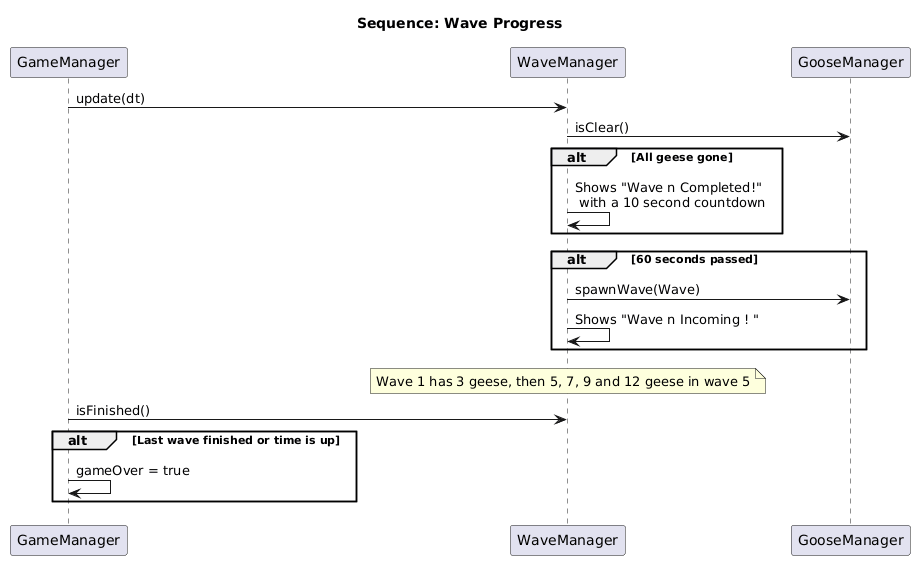
Above: images/architecture/sequence_6.png in map-jhak/map-jhak.github.io (PlantUML), before the change. The source it was exported from:
```plantuml
@startuml
title Sequence: Wave Progress

participant GameManager
participant WaveManager
participant GooseManager

GameManager -> WaveManager :update(dt)
WaveManager ->GooseManager : isClear()
alt All geese gone
    WaveManager  -> WaveManager : Shows "Wave n Completed!" \n with a 10 second countdown
end
alt 60 seconds passed
    WaveManager -> GooseManager : spawnWave(Wave)
    WaveManager -> WaveManager : Shows "Wave n Incoming ! "
end
note over WaveManager : Wave 1 has 3 geese, then 5, 7, 9 and 12 geese in wave 5
GameManager -> WaveManager : isFinished()
alt Last wave finished or time is up
    GameManager -> GameManager : gameOver = true
end
@enduml
```
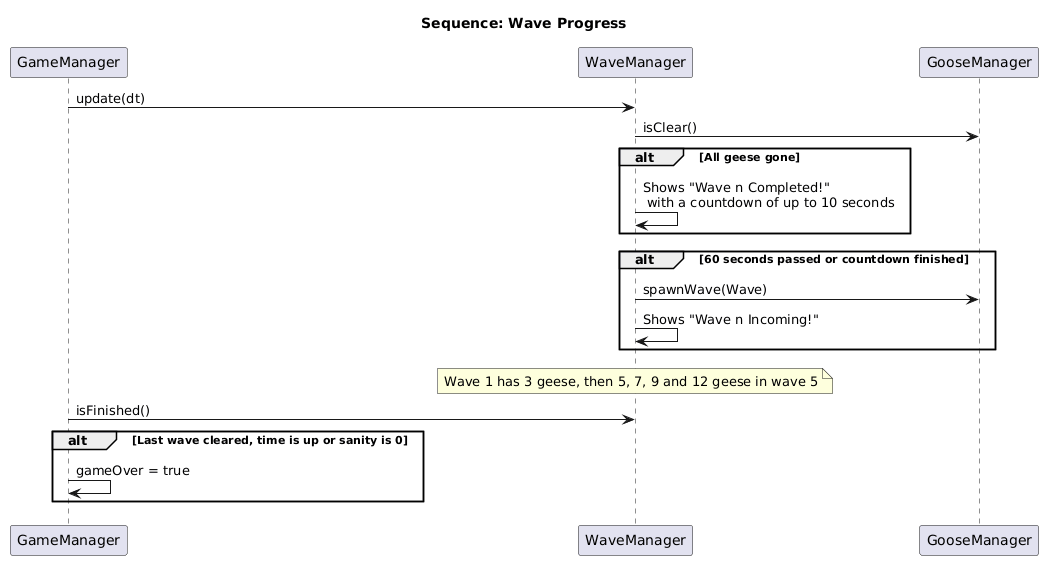
After the commit.

Commit message:
update wave progress sequence diagram

Diff of the diagram source:
```diff
@@ -8,15 +8,15 @@
 GameManager -> WaveManager :update(dt)
 WaveManager ->GooseManager : isClear()
 alt All geese gone
-    WaveManager  -> WaveManager : Shows "Wave n Completed!" \n with a 10 second countdown
+    WaveManager  -> WaveManager : Shows "Wave n Completed!" \n with a countdown of up to 10 seconds
 end
-alt 60 seconds passed
+alt 60 seconds passed or countdown finished
     WaveManager -> GooseManager : spawnWave(Wave)
-    WaveManager -> WaveManager : Shows "Wave n Incoming ! "
+    WaveManager -> WaveManager : Shows "Wave n Incoming!"
 end
 note over WaveManager : Wave 1 has 3 geese, then 5, 7, 9 and 12 geese in wave 5
 GameManager -> WaveManager : isFinished()
-alt Last wave finished or time is up
+alt Last wave cleared, time is up or sanity is 0
     GameManager -> GameManager : gameOver = true
 end
 @enduml
```
